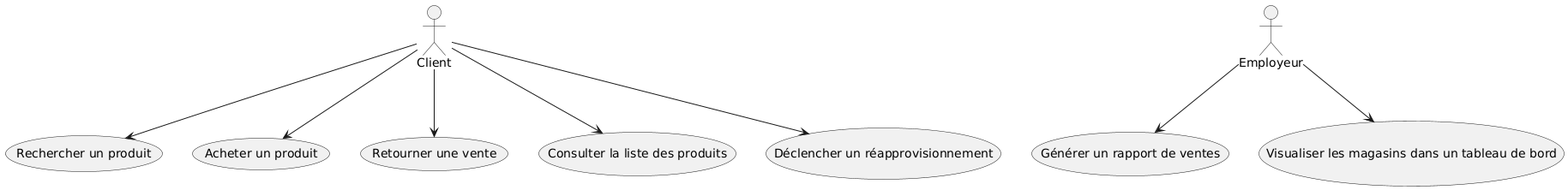
Above: out/docs/UML/cas_utilisation/cas_utilisation.png in Barlow-Personal-Git/Projet_LOG430 (PlantUML), before the change. The source it was exported from:
```plantuml
@startuml
actor "Client" as Client
actor "Employeur" as Systeme

usecase "Rechercher un produit" as UC1
usecase "Acheter un produit" as UC2
usecase "Retourner une vente" as UC3
usecase "Consulter la liste des produits" as UC4
usecase "Déclencher un réapprovisionnement" as UC5
usecase "Générer un rapport de ventes" as UC6
usecase "Visualiser les magasins dans un tableau de bord" as UC7

Client --> UC1
Client --> UC2
Client --> UC3
Client --> UC4
Client --> UC5
Systeme --> UC6
Systeme --> UC7
@enduml
```
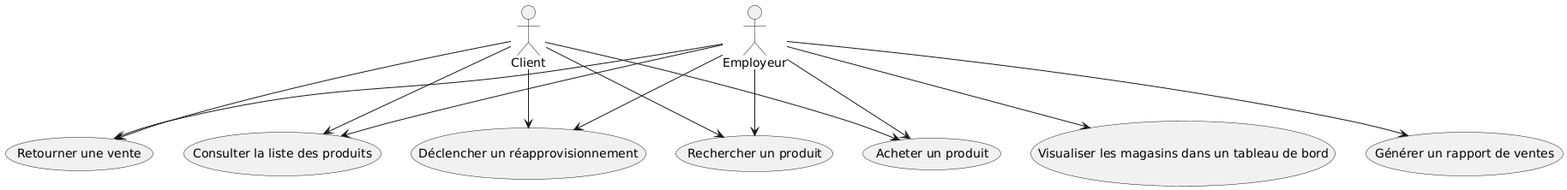
After the commit.

Commit message:
Updte use case

What changed in the source:
```diff
@@ -15,6 +15,11 @@
 Client --> UC3
 Client --> UC4
 Client --> UC5
+Systeme --> UC1
+Systeme --> UC2
+Systeme --> UC3
+Systeme --> UC4
+Systeme --> UC5
 Systeme --> UC6
 Systeme --> UC7
 @enduml
```
